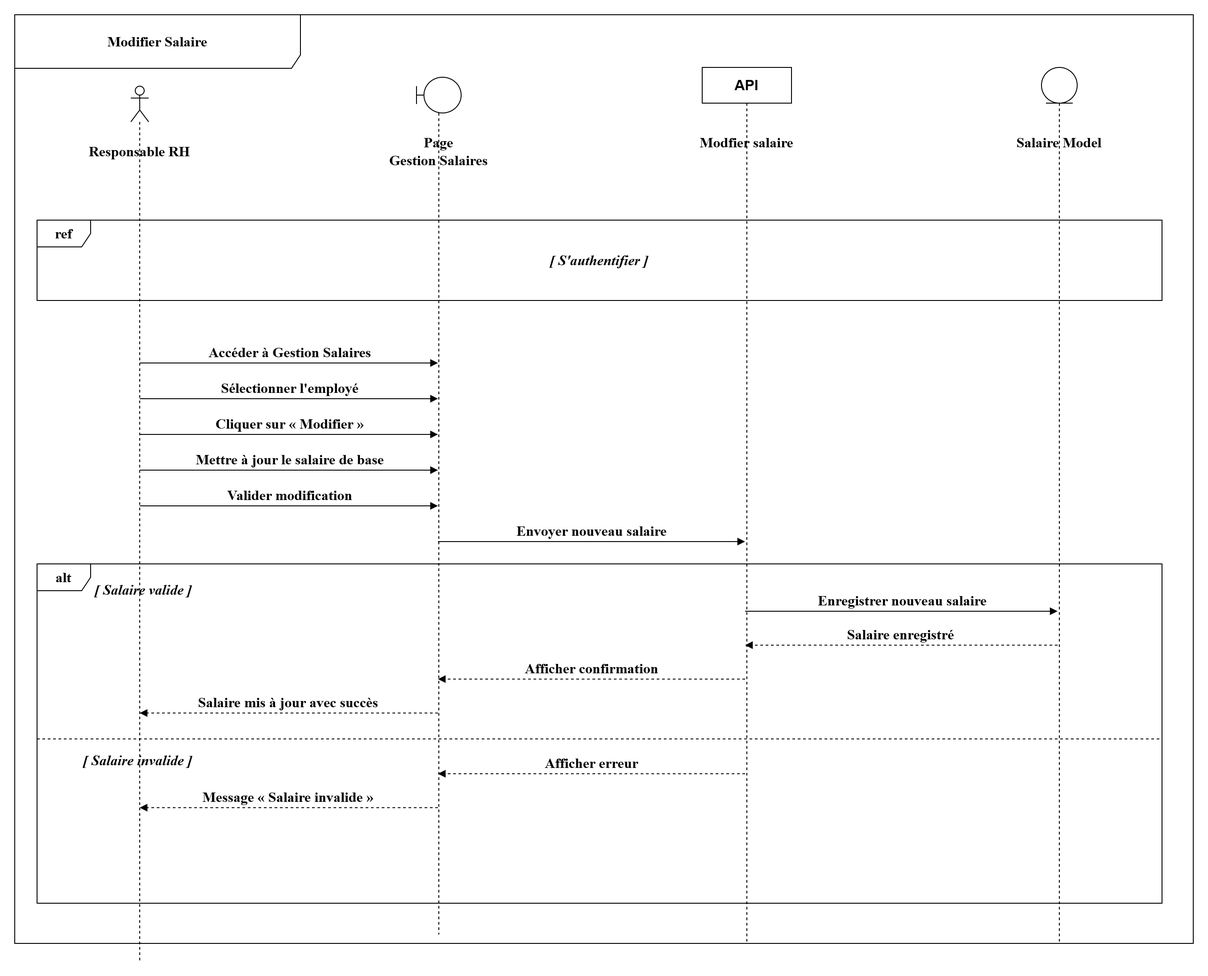
This is projet/images/digf/ss3/Modifier salaire.drawio.png from louu7895/pfe, a draw.io export, as it was before one commit. Source tidied: cells renumbered, new cells last; positions are measured from the earlier drawing's top-left corner, leaving out a move shared by most shapes.
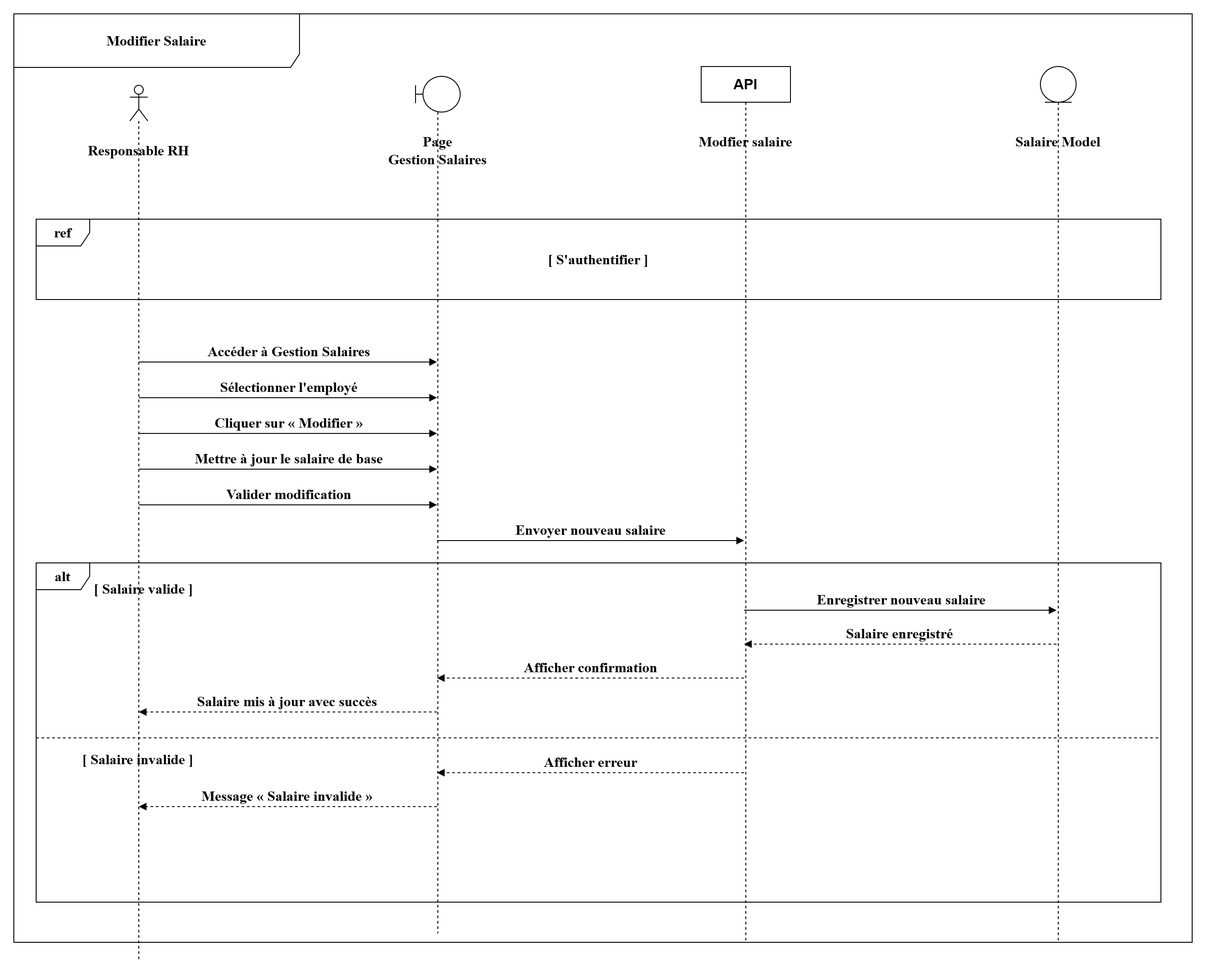
Above is the later version.

Change to the diagram source:
```diff
@@ -29,7 +29,7 @@
     <mxCell id="10" value="ref" style="shape=umlFrame;whiteSpace=wrap;html=1;fontSize=16;fontFamily=Times New Roman;fontStyle=1;" parent="1" vertex="1">
       <mxGeometry x="25" y="230" width="1260" height="90" as="geometry" />
     </mxCell>
-    <mxCell id="11" value="[ S'authentifier ]" style="text;html=1;whiteSpace=wrap;strokeColor=none;fillColor=none;align=center;verticalAlign=middle;rounded=0;fontSize=16;fontStyle=3;fontFamily=Times New Roman;" parent="1" vertex="1">
+    <mxCell id="11" value="[ S'authentifier ]" style="text;html=1;whiteSpace=wrap;strokeColor=none;fillColor=none;align=center;verticalAlign=middle;rounded=0;fontSize=16;fontStyle=1;fontFamily=Times New Roman;" parent="1" vertex="1">
       <mxGeometry x="555" y="260" width="200" height="30" as="geometry" />
     </mxCell>
     <mxCell id="12" value="Accéder à Gestion Salaires" style="html=1;verticalAlign=bottom;endArrow=block;curved=0;rounded=0;fontSize=16;fontFamily=Times New Roman;fontStyle=1;" parent="1" edge="1">
@@ -71,7 +71,7 @@
     <mxCell id="18" value="alt" style="shape=umlFrame;whiteSpace=wrap;html=1;fontSize=16;fontFamily=Times New Roman;fontStyle=1;" parent="1" vertex="1">
       <mxGeometry x="25" y="615" width="1260" height="380" as="geometry" />
     </mxCell>
-    <mxCell id="19" value="[ Salaire valide ]" style="text;html=1;whiteSpace=wrap;strokeColor=none;fillColor=none;align=left;verticalAlign=middle;rounded=0;fontSize=16;fontStyle=3;fontFamily=Times New Roman;" parent="1" vertex="1">
+    <mxCell id="19" value="[ Salaire valide ]" style="text;html=1;whiteSpace=wrap;strokeColor=none;fillColor=none;align=left;verticalAlign=middle;rounded=0;fontSize=16;fontStyle=1;fontFamily=Times New Roman;" parent="1" vertex="1">
       <mxGeometry x="88" y="631" width="180" height="25" as="geometry" />
     </mxCell>
     <mxCell id="20" value="Enregistrer nouveau salaire" style="html=1;verticalAlign=bottom;endArrow=block;curved=0;rounded=0;fontSize=16;fontFamily=Times New Roman;fontStyle=1;" parent="1" edge="1">
@@ -101,7 +101,7 @@
     <mxCell id="24" style="line;strokeWidth=1;fillColor=none;align=left;verticalAlign=middle;spacingTop=-1;spacingLeft=3;spacingRight=3;labelPosition=right;strokeColor=inherit;dashed=1;fontSize=16;fontFamily=Times New Roman;fontStyle=1;" parent="1" vertex="1">
       <mxGeometry x="25" y="807" width="1260" height="8" as="geometry" />
     </mxCell>
-    <mxCell id="25" value="[ Salaire invalide ]" style="text;html=1;whiteSpace=wrap;strokeColor=none;fillColor=none;align=left;verticalAlign=middle;rounded=0;fontSize=16;fontStyle=3;fontFamily=Times New Roman;" parent="1" vertex="1">
+    <mxCell id="25" value="[ Salaire invalide ]" style="text;html=1;whiteSpace=wrap;strokeColor=none;fillColor=none;align=left;verticalAlign=middle;rounded=0;fontSize=16;fontStyle=1;fontFamily=Times New Roman;" parent="1" vertex="1">
       <mxGeometry x="75" y="822" width="200" height="25" as="geometry" />
     </mxCell>
     <mxCell id="26" value="Afficher erreur" style="html=1;verticalAlign=bottom;endArrow=block;curved=1;rounded=0;dashed=1;fontSize=16;fontFamily=Times New Roman;fontStyle=1;" parent="1" edge="1">
```
